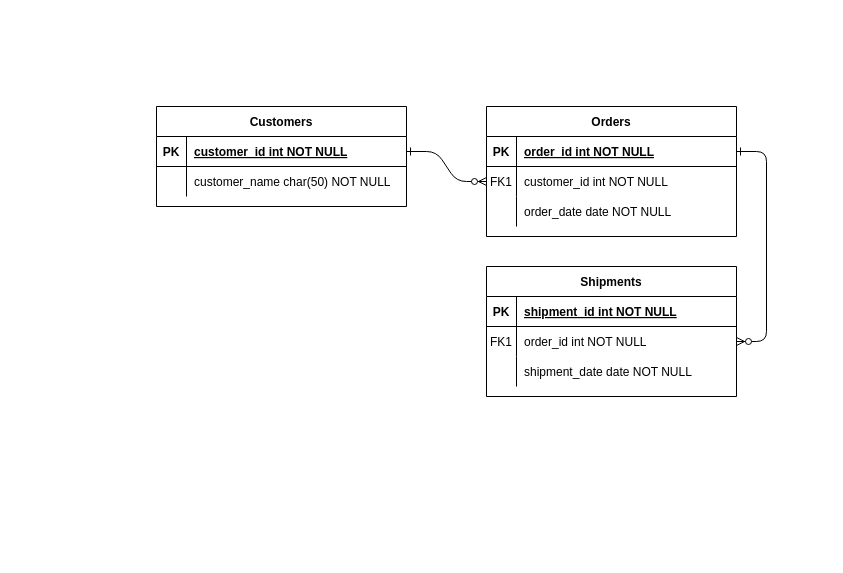
The draw.io diagram Untitled Diagram.drawio in icxak/Sensors_Monitoring, before the edit. Source tidied: cells renumbered, new cells numbered last; positions are measured from the earlier drawing's top-left corner, leaving out a move shared by most shapes. Both pictures are drawn from the tidied source at 100%, with x=0, y=0 at pixel (156, 106).
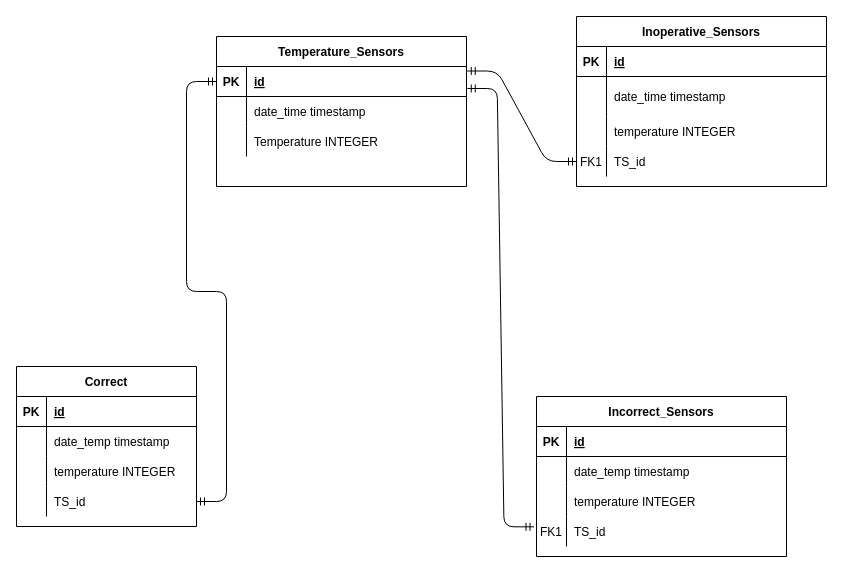
The same diagram, later.

Unchanged cells that the change refers to:
```xml
<mxCell id="5" style="shape=partialRectangle;fillColor=none;points=[[0,0.5],[1,0.5]];portConstraint=eastwest;top=0;left=0;right=0;bottom=1;" parent="4" vertex="1">
  <mxGeometry y="30" width="250" height="30" as="geometry" />
</mxCell>
<mxCell id="15" style="shape=partialRectangle;fillColor=none;top=0;left=0;right=0;bottom=1;" parent="14" vertex="1">
  <mxGeometry y="30" width="250" height="30" as="geometry" />
</mxCell>
<mxCell id="18" style="shape=partialRectangle;fillColor=none;points=[[0,0.5],[1,0.5]];portConstraint=eastwest;top=0;left=0;right=0;bottom=0;" parent="14" vertex="1">
  <mxGeometry y="60" width="250" height="30" as="geometry" />
</mxCell>
<mxCell id="21" style="shape=partialRectangle;fillColor=none;top=0;left=0;right=0;bottom=0;" parent="14" vertex="1">
  <mxGeometry y="90" width="250" height="30" as="geometry" />
</mxCell>
<mxCell id="28" style="shape=partialRectangle;fillColor=none;top=0;left=0;right=0;bottom=0;" parent="24" vertex="1">
  <mxGeometry y="60" width="250" height="30" as="geometry" />
</mxCell>
```

The edit, as a diff of the source:
```diff
@@
-    <mxCell id="2" style="edgeStyle=entityRelationEdgeStyle;endArrow=ERzeroToMany;startArrow=ERone;endFill=1;startFill=0;" parent="1" edge="1" source="25" target="8">
-      <mxGeometry relative="1" as="geometry" />
-    </mxCell>
-    <mxCell id="3" style="edgeStyle=entityRelationEdgeStyle;endArrow=ERzeroToMany;startArrow=ERone;endFill=1;startFill=0;" parent="1" edge="1" source="5" target="18">
-      <mxGeometry relative="1" as="geometry" />
-    </mxCell>
-    <mxCell id="4" value="Orders" style="shape=table;startSize=30;childLayout=tableLayout;rowLines=0;fontStyle=1;align=center;" parent="1" vertex="1">
-      <mxGeometry x="330" width="250" height="130" as="geometry" />
+    <mxCell id="4" value="Inoperative_Sensors" style="shape=table;startSize=30;childLayout=tableLayout;rowLines=0;fontStyle=1;align=center;" parent="1" vertex="1">
+      <mxGeometry x="420" y="-90" width="250" height="170" as="geometry" />
     </mxCell>
@@
-    <mxCell id="7" value="order_id int NOT NULL " style="shape=partialRectangle;overflow=hidden;fillColor=none;top=0;left=0;bottom=0;right=0;align=left;spacingLeft=6;fontStyle=5;" parent="5" vertex="1">
+    <mxCell id="7" value="id" style="shape=partialRectangle;overflow=hidden;fillColor=none;top=0;left=0;bottom=0;right=0;align=left;spacingLeft=6;fontStyle=5;" parent="5" vertex="1">
       <mxGeometry x="30" width="220" height="30" as="geometry" />
     </mxCell>
     <mxCell id="8" style="shape=partialRectangle;fillColor=none;points=[[0,0.5],[1,0.5]];portConstraint=eastwest;top=0;left=0;right=0;bottom=0;" parent="4" vertex="1">
-      <mxGeometry y="60" width="250" height="30" as="geometry" />
+      <mxGeometry y="60" width="250" height="40" as="geometry" />
     </mxCell>
-    <mxCell id="9" value="FK1" style="shape=partialRectangle;overflow=hidden;fillColor=none;top=0;left=0;bottom=0;right=0;" parent="8" vertex="1">
-      <mxGeometry width="30" height="30" as="geometry" />
+    <mxCell id="9" style="shape=partialRectangle;overflow=hidden;fillColor=none;top=0;left=0;bottom=0;right=0;" parent="8" vertex="1">
+      <mxGeometry width="30" height="40" as="geometry" />
     </mxCell>
-    <mxCell id="10" value="customer_id int NOT NULL" style="shape=partialRectangle;overflow=hidden;fillColor=none;top=0;left=0;bottom=0;right=0;align=left;spacingLeft=6;" parent="8" vertex="1">
-      <mxGeometry x="30" width="220" height="30" as="geometry" />
+    <mxCell id="10" value="date_time timestamp" style="shape=partialRectangle;overflow=hidden;fillColor=none;top=0;left=0;bottom=0;right=0;align=left;spacingLeft=6;" parent="8" vertex="1">
+      <mxGeometry x="30" width="220" height="40" as="geometry" />
     </mxCell>
     <mxCell id="11" style="shape=partialRectangle;fillColor=none;top=0;left=0;right=0;bottom=0;" parent="4" vertex="1">
-      <mxGeometry y="90" width="250" height="30" as="geometry" />
+      <mxGeometry y="100" width="250" height="30" as="geometry" />
     </mxCell>
@@
-    <mxCell id="13" value="order_date date NOT NULL" style="shape=partialRectangle;overflow=hidden;fillColor=none;top=0;left=0;bottom=0;right=0;align=left;spacingLeft=6;" parent="11" vertex="1">
+    <mxCell id="13" value="temperature INTEGER" style="shape=partialRectangle;overflow=hidden;fillColor=none;top=0;left=0;bottom=0;right=0;align=left;spacingLeft=6;" parent="11" vertex="1">
       <mxGeometry x="30" width="220" height="30" as="geometry" />
     </mxCell>
+    <mxCell id="31" style="shape=partialRectangle;fillColor=none;points=[[0,0.5],[1,0.5]];portConstraint=eastwest;top=0;left=0;right=0;bottom=0;" parent="4" vertex="1">
+      <mxGeometry y="130" width="250" height="30" as="geometry" />
+    </mxCell>
+    <mxCell id="32" value="FK1" style="shape=partialRectangle;overflow=hidden;fillColor=none;top=0;left=0;bottom=0;right=0;" parent="31" vertex="1">
+      <mxGeometry width="30" height="30" as="geometry" />
+    </mxCell>
+    <mxCell id="33" value="TS_id" style="shape=partialRectangle;overflow=hidden;fillColor=none;top=0;left=0;bottom=0;right=0;align=left;spacingLeft=6;" parent="31" vertex="1">
+      <mxGeometry x="30" width="220" height="30" as="geometry" />
+    </mxCell>
-    <mxCell id="14" value="Shipments" style="shape=table;startSize=30;childLayout=tableLayout;rowLines=0;fontStyle=1;align=center;" parent="1" vertex="1">
-      <mxGeometry x="330" y="160" width="250" height="130" as="geometry" />
+    <mxCell id="14" value="Incorrect_Sensors" style="shape=table;startSize=30;childLayout=tableLayout;rowLines=0;fontStyle=1;align=center;" parent="1" vertex="1">
+      <mxGeometry x="380" y="290" width="250" height="160" as="geometry" />
     </mxCell>
@@
-    <mxCell id="17" value="shipment_id int NOT NULL " style="shape=partialRectangle;overflow=hidden;fillColor=none;top=0;left=0;bottom=0;right=0;align=left;spacingLeft=6;fontStyle=5;" parent="15" vertex="1">
+    <mxCell id="17" value="id" style="shape=partialRectangle;overflow=hidden;fillColor=none;top=0;left=0;bottom=0;right=0;align=left;spacingLeft=6;fontStyle=5;" parent="15" vertex="1">
       <mxGeometry x="30" width="220" height="30" as="geometry" />
     </mxCell>
@@
-    <mxCell id="19" value="FK1" style="shape=partialRectangle;overflow=hidden;fillColor=none;top=0;left=0;bottom=0;right=0;" parent="18" vertex="1">
+    <mxCell id="19" style="shape=partialRectangle;overflow=hidden;fillColor=none;top=0;left=0;bottom=0;right=0;" parent="18" vertex="1">
       <mxGeometry width="30" height="30" as="geometry" />
     </mxCell>
-    <mxCell id="20" value="order_id int NOT NULL" style="shape=partialRectangle;overflow=hidden;fillColor=none;top=0;left=0;bottom=0;right=0;align=left;spacingLeft=6;" parent="18" vertex="1">
+    <mxCell id="20" value="date_temp timestamp" style="shape=partialRectangle;overflow=hidden;fillColor=none;top=0;left=0;bottom=0;right=0;align=left;spacingLeft=6;" parent="18" vertex="1">
       <mxGeometry x="30" width="220" height="30" as="geometry" />
     </mxCell>
@@
-    <mxCell id="23" value="shipment_date date NOT NULL" style="shape=partialRectangle;overflow=hidden;fillColor=none;top=0;left=0;bottom=0;right=0;align=left;spacingLeft=6;" parent="21" vertex="1">
+    <mxCell id="23" value="temperature INTEGER" style="shape=partialRectangle;overflow=hidden;fillColor=none;top=0;left=0;bottom=0;right=0;align=left;spacingLeft=6;" parent="21" vertex="1">
       <mxGeometry x="30" width="220" height="30" as="geometry" />
     </mxCell>
+    <mxCell id="34" style="shape=partialRectangle;fillColor=none;points=[[0,0.5],[1,0.5]];portConstraint=eastwest;top=0;left=0;right=0;bottom=0;" parent="14" vertex="1">
+      <mxGeometry y="120" width="250" height="30" as="geometry" />
+    </mxCell>
+    <mxCell id="35" value="FK1" style="shape=partialRectangle;overflow=hidden;fillColor=none;top=0;left=0;bottom=0;right=0;" parent="34" vertex="1">
+      <mxGeometry width="30" height="30" as="geometry" />
+    </mxCell>
+    <mxCell id="36" value="TS_id" style="shape=partialRectangle;overflow=hidden;fillColor=none;top=0;left=0;bottom=0;right=0;align=left;spacingLeft=6;" parent="34" vertex="1">
+      <mxGeometry x="30" width="220" height="30" as="geometry" />
+    </mxCell>
-    <mxCell id="24" value="Customers" style="shape=table;startSize=30;childLayout=tableLayout;rowLines=0;fontStyle=1;align=center;" parent="1" vertex="1">
-      <mxGeometry width="250" height="100" as="geometry" />
+    <mxCell id="24" value="Temperature_Sensors" style="shape=table;startSize=30;childLayout=tableLayout;rowLines=0;fontStyle=1;align=center;" parent="1" vertex="1">
+      <mxGeometry x="60" y="-70" width="250" height="150" as="geometry" />
     </mxCell>
-    <mxCell id="25" style="shape=partialRectangle;fillColor=none;points=[[0,0.5],[1,0.5]];portConstraint=eastwest;top=0;left=0;right=0;bottom=1;" parent="24" vertex="1">
+    <mxCell id="25" style="shape=partialRectangle;fillColor=none;points=[[0,0.5],[1,0.5]];portConstraint=eastwest;top=0;left=0;right=0;bottom=1;fontStyle=1;" parent="24" vertex="1">
       <mxGeometry y="30" width="250" height="30" as="geometry" />
     </mxCell>
@@
-    <mxCell id="27" value="customer_id int NOT NULL " style="shape=partialRectangle;overflow=hidden;fillColor=none;top=0;left=0;bottom=0;right=0;align=left;spacingLeft=6;fontStyle=5;" parent="25" vertex="1">
+    <mxCell id="27" value="id" style="shape=partialRectangle;overflow=hidden;fillColor=none;top=0;left=0;bottom=0;right=0;align=left;spacingLeft=6;fontStyle=5;" parent="25" vertex="1">
       <mxGeometry x="30" width="220" height="30" as="geometry" />
     </mxCell>
@@
-    <mxCell id="30" value="customer_name char(50) NOT NULL" style="shape=partialRectangle;overflow=hidden;fillColor=none;top=0;left=0;bottom=0;right=0;align=left;spacingLeft=6;" parent="28" vertex="1">
+    <mxCell id="30" value="date_time timestamp" style="shape=partialRectangle;overflow=hidden;fillColor=none;top=0;left=0;bottom=0;right=0;align=left;spacingLeft=6;" parent="28" vertex="1">
       <mxGeometry x="30" width="220" height="30" as="geometry" />
     </mxCell>
+    <mxCell id="37" style="shape=partialRectangle;fillColor=none;top=0;left=0;right=0;bottom=0;" parent="24" vertex="1">
+      <mxGeometry y="90" width="250" height="30" as="geometry" />
+    </mxCell>
+    <mxCell id="38" style="shape=partialRectangle;overflow=hidden;fillColor=none;top=0;left=0;bottom=0;right=0;" parent="37" vertex="1">
+      <mxGeometry width="30" height="30" as="geometry" />
+    </mxCell>
+    <mxCell id="39" value="Temperature INTEGER" style="shape=partialRectangle;overflow=hidden;fillColor=none;top=0;left=0;bottom=0;right=0;align=left;spacingLeft=6;" parent="37" vertex="1">
+      <mxGeometry x="30" width="220" height="30" as="geometry" />
+    </mxCell>
+    <mxCell id="40" style="edgeStyle=entityRelationEdgeStyle;fontSize=12;html=1;endArrow=ERmandOne;startArrow=ERmandOne;entryX=0;entryY=0.5;entryDx=0;entryDy=0;exitX=1.003;exitY=0.15;exitDx=0;exitDy=0;exitPerimeter=0;" parent="1" edge="1" source="25" target="31">
+      <mxGeometry relative="1" as="geometry" />
+    </mxCell>
+    <mxCell id="41" style="edgeStyle=entityRelationEdgeStyle;fontSize=12;html=1;endArrow=ERmandOne;startArrow=ERmandOne;entryX=-0.01;entryY=0.344;entryDx=0;entryDy=0;entryPerimeter=0;exitX=1.003;exitY=0.733;exitDx=0;exitDy=0;exitPerimeter=0;" parent="1" edge="1" source="25" target="34">
+      <mxGeometry relative="1" as="geometry" />
+    </mxCell>
+    <mxCell id="42" value="Correct" style="shape=table;startSize=30;childLayout=tableLayout;rowLines=0;fontStyle=1;align=center;" parent="1" vertex="1">
+      <mxGeometry x="-140" y="260" width="180" height="160" as="geometry" />
+    </mxCell>
+    <mxCell id="43" style="shape=partialRectangle;fillColor=none;top=0;left=0;bottom=1;right=0;" parent="42" vertex="1">
+      <mxGeometry y="30" width="180" height="30" as="geometry" />
+    </mxCell>
+    <mxCell id="44" value="PK" style="shape=partialRectangle;fillColor=none;top=0;left=0;bottom=0;right=0;fontStyle=1;overflow=hidden;" parent="43" vertex="1">
+      <mxGeometry width="30" height="30" as="geometry" />
+    </mxCell>
+    <mxCell id="45" value="id" style="shape=partialRectangle;fillColor=none;top=0;left=0;bottom=0;right=0;align=left;spacingLeft=6;fontStyle=5;overflow=hidden;" parent="43" vertex="1">
+      <mxGeometry x="30" width="150" height="30" as="geometry" />
+    </mxCell>
+    <mxCell id="46" style="shape=partialRectangle;fillColor=none;top=0;left=0;bottom=0;right=0;" parent="42" vertex="1">
+      <mxGeometry y="60" width="180" height="30" as="geometry" />
+    </mxCell>
+    <mxCell id="47" style="shape=partialRectangle;fillColor=none;top=0;left=0;bottom=0;right=0;overflow=hidden;" parent="46" vertex="1">
+      <mxGeometry width="30" height="30" as="geometry" />
+    </mxCell>
+    <mxCell id="48" value="date_temp timestamp" style="shape=partialRectangle;fillColor=none;top=0;left=0;bottom=0;right=0;align=left;spacingLeft=6;overflow=hidden;" parent="46" vertex="1">
+      <mxGeometry x="30" width="150" height="30" as="geometry" />
+    </mxCell>
+    <mxCell id="49" style="shape=partialRectangle;fillColor=none;top=0;left=0;bottom=0;right=0;" parent="42" vertex="1">
+      <mxGeometry y="90" width="180" height="30" as="geometry" />
+    </mxCell>
+    <mxCell id="50" style="shape=partialRectangle;fillColor=none;top=0;left=0;bottom=0;right=0;overflow=hidden;" parent="49" vertex="1">
+      <mxGeometry width="30" height="30" as="geometry" />
+    </mxCell>
+    <mxCell id="51" value="temperature INTEGER" style="shape=partialRectangle;fillColor=none;top=0;left=0;bottom=0;right=0;align=left;spacingLeft=6;overflow=hidden;" parent="49" vertex="1">
+      <mxGeometry x="30" width="150" height="30" as="geometry" />
+    </mxCell>
+    <mxCell id="52" style="shape=partialRectangle;fillColor=none;top=0;left=0;bottom=0;right=0;points=[[0,0.5],[1,0.5]];portConstraint=eastwest;" parent="42" vertex="1">
+      <mxGeometry y="120" width="180" height="30" as="geometry" />
+    </mxCell>
+    <mxCell id="53" style="shape=partialRectangle;fillColor=none;top=0;left=0;bottom=0;right=0;overflow=hidden;" parent="52" vertex="1">
+      <mxGeometry width="30" height="30" as="geometry" />
+    </mxCell>
+    <mxCell id="54" value="TS_id" style="shape=partialRectangle;fillColor=none;top=0;left=0;bottom=0;right=0;align=left;spacingLeft=6;overflow=hidden;" parent="52" vertex="1">
+      <mxGeometry x="30" width="150" height="30" as="geometry" />
+    </mxCell>
+    <mxCell id="55" style="edgeStyle=entityRelationEdgeStyle;fontSize=12;html=1;endArrow=ERmandOne;startArrow=ERmandOne;exitX=1;exitY=0.5;exitDx=0;exitDy=0;entryX=0;entryY=0.5;entryDx=0;entryDy=0;" parent="1" edge="1" source="52" target="25">
+      <mxGeometry relative="1" as="geometry" />
+    </mxCell>
```
